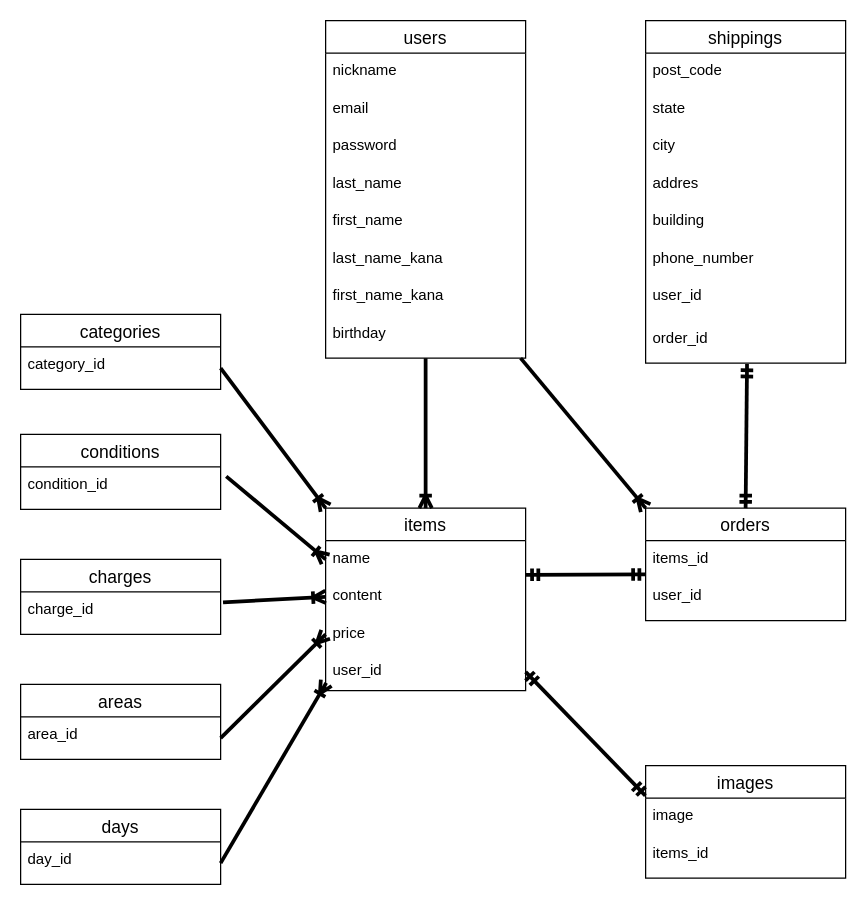
The draw.io diagram er.dio in ap0424ts/furima-38605, before the edit. Source tidied: cells renumbered, new cells numbered last; positions are measured from the earlier drawing's top-left corner, leaving out a move shared by most shapes. Both pictures are drawn from the tidied source at 125%, with x=0, y=0 at pixel (20, 20).
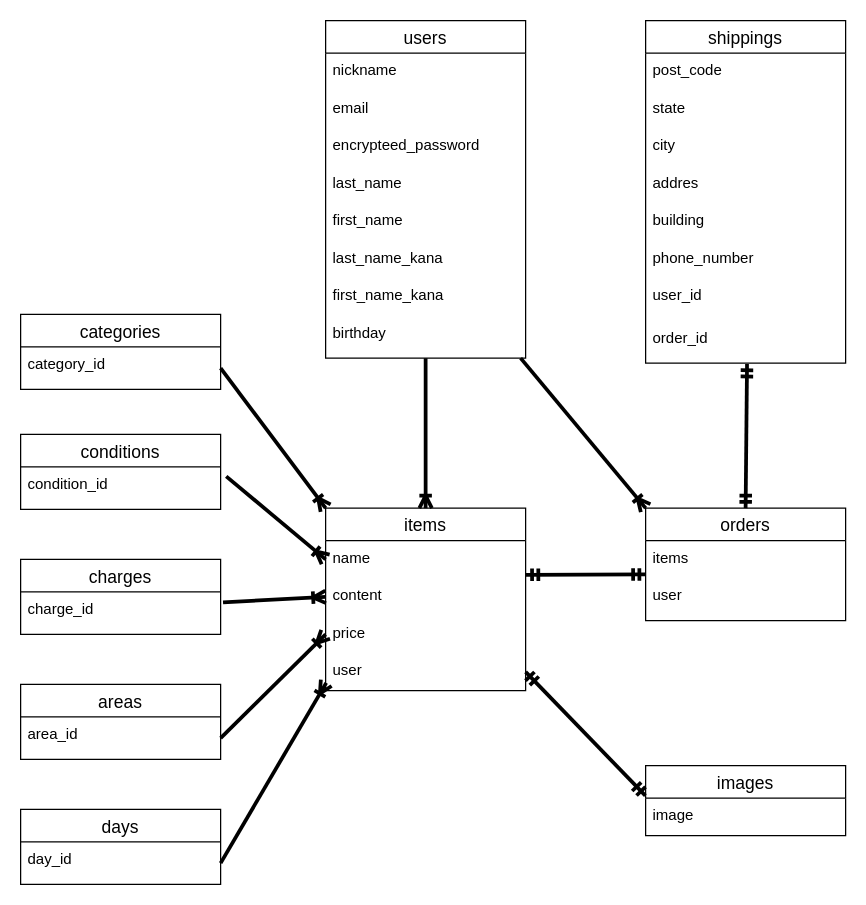
After the change.

Commit message (it also covers changes not shown here):
データベース設計の修正

Unchanged cells that the change refers to:
```xml
<mxCell id="2" value="users" style="swimlane;fontStyle=0;horizontal=1;startSize=26;align=center;fontSize=14;" parent="1" vertex="1">
  <mxGeometry x="244" width="160" height="270" as="geometry" />
</mxCell>
<mxCell id="11" value="items" style="swimlane;fontStyle=0;horizontal=1;startSize=26;align=center;fontSize=14;" parent="1" vertex="1">
  <mxGeometry x="244" y="390" width="160" height="146" as="geometry" />
</mxCell>
<mxCell id="25" value="orders" style="swimlane;fontStyle=0;horizontal=1;startSize=26;align=center;fontSize=14;" parent="1" vertex="1">
  <mxGeometry x="500" y="390" width="160" height="90" as="geometry" />
</mxCell>
```

What changed in the source:
```diff
@@
-    <mxCell id="5" value="password" style="text;strokeColor=none;fillColor=none;spacingLeft=4;spacingRight=4;overflow=hidden;fontSize=12;" parent="2" vertex="1">
+    <mxCell id="5" value="encrypteed_password" style="text;strokeColor=none;fillColor=none;spacingLeft=4;spacingRight=4;overflow=hidden;fontSize=12;" parent="2" vertex="1">
       <mxGeometry y="86" width="160" height="30" as="geometry" />
     </mxCell>
@@
-    <mxCell id="15" value="user_id" style="text;strokeColor=none;fillColor=none;spacingLeft=4;spacingRight=4;overflow=hidden;points=[[0,0.5],[1,0.5]];portConstraint=eastwest;fontSize=12;" parent="11" vertex="1">
+    <mxCell id="15" value="user" style="text;strokeColor=none;fillColor=none;spacingLeft=4;spacingRight=4;overflow=hidden;points=[[0,0.5],[1,0.5]];portConstraint=eastwest;fontSize=12;" parent="11" vertex="1">
       <mxGeometry y="116" width="160" height="30" as="geometry" />
     </mxCell>
@@
-    <mxCell id="26" value="items_id" style="text;strokeColor=none;fillColor=none;spacingLeft=4;spacingRight=4;overflow=hidden;points=[[0,0.5],[1,0.5]];portConstraint=eastwest;fontSize=12;" parent="25" vertex="1">
+    <mxCell id="26" value="items" style="text;strokeColor=none;fillColor=none;spacingLeft=4;spacingRight=4;overflow=hidden;points=[[0,0.5],[1,0.5]];portConstraint=eastwest;fontSize=12;" parent="25" vertex="1">
       <mxGeometry y="26" width="160" height="30" as="geometry" />
     </mxCell>
-    <mxCell id="27" value="user_id" style="text;strokeColor=none;fillColor=none;spacingLeft=4;spacingRight=4;overflow=hidden;fontSize=12;" parent="25" vertex="1">
+    <mxCell id="27" value="user" style="text;strokeColor=none;fillColor=none;spacingLeft=4;spacingRight=4;overflow=hidden;fontSize=12;" parent="25" vertex="1">
       <mxGeometry y="56" width="160" height="34" as="geometry" />
     </mxCell>
     <mxCell id="28" value="images" style="swimlane;fontStyle=0;horizontal=1;startSize=26;align=center;fontSize=14;" parent="1" vertex="1">
-      <mxGeometry x="500" y="596" width="160" height="90" as="geometry" />
+      <mxGeometry x="500" y="596" width="160" height="56" as="geometry" />
     </mxCell>
@@
-    <mxCell id="30" value="items_id" style="text;strokeColor=none;fillColor=none;spacingLeft=4;spacingRight=4;overflow=hidden;fontSize=12;" parent="28" vertex="1">
-      <mxGeometry y="56" width="160" height="34" as="geometry" />
-    </mxCell>
```
